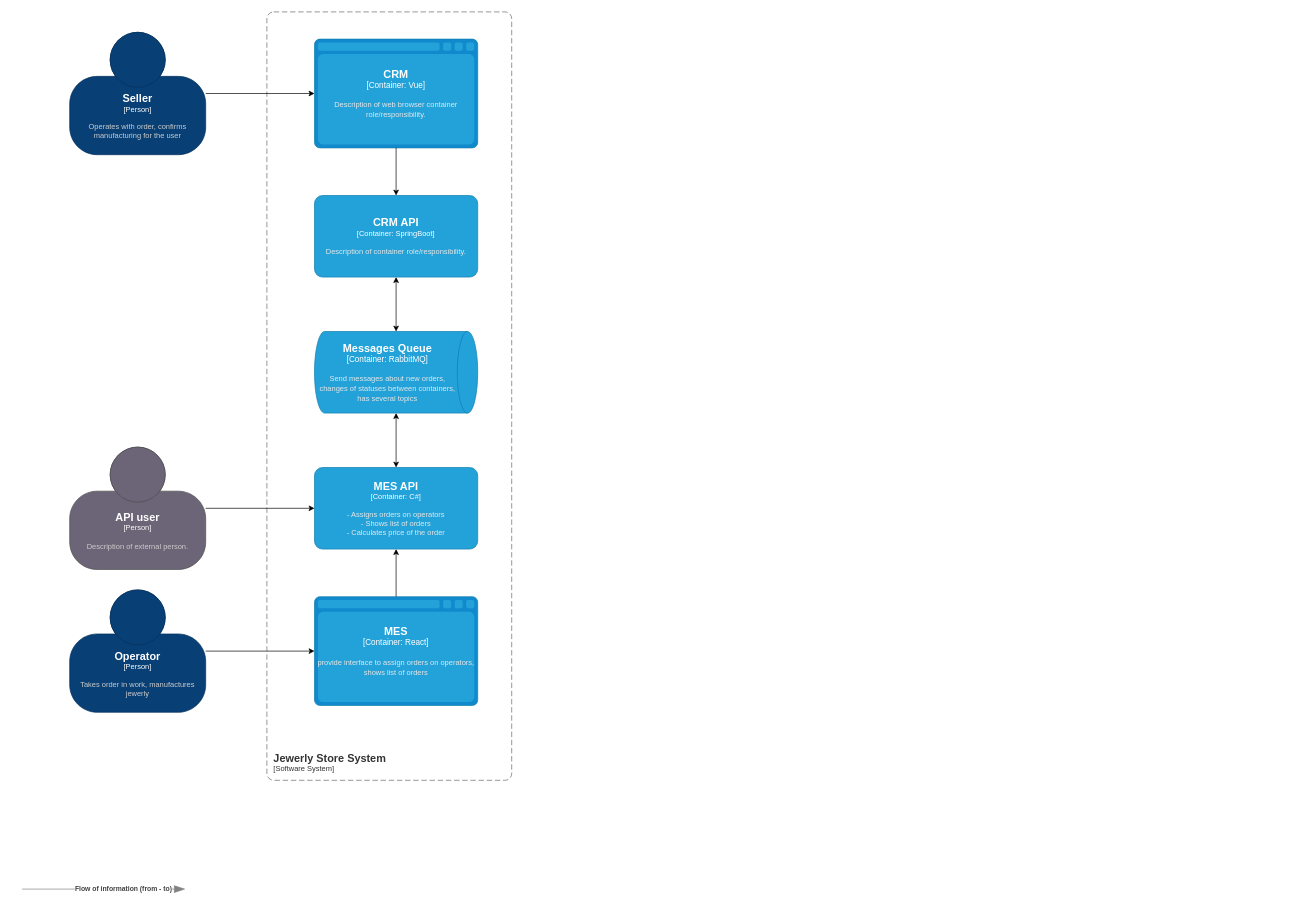
Before: page "Трейсинг" (3 of 3) of jewerly_c4_model.drawio in asbelon/architecture-sprint-4, a draw.io diagram. Source tidied: cells renumbered, new cells numbered last; positions are measured from the earlier drawing's top-left corner, leaving out a move shared by most shapes. Both pictures are drawn from the tidied source at 68%, with x=0, y=0 at pixel (22, 12).
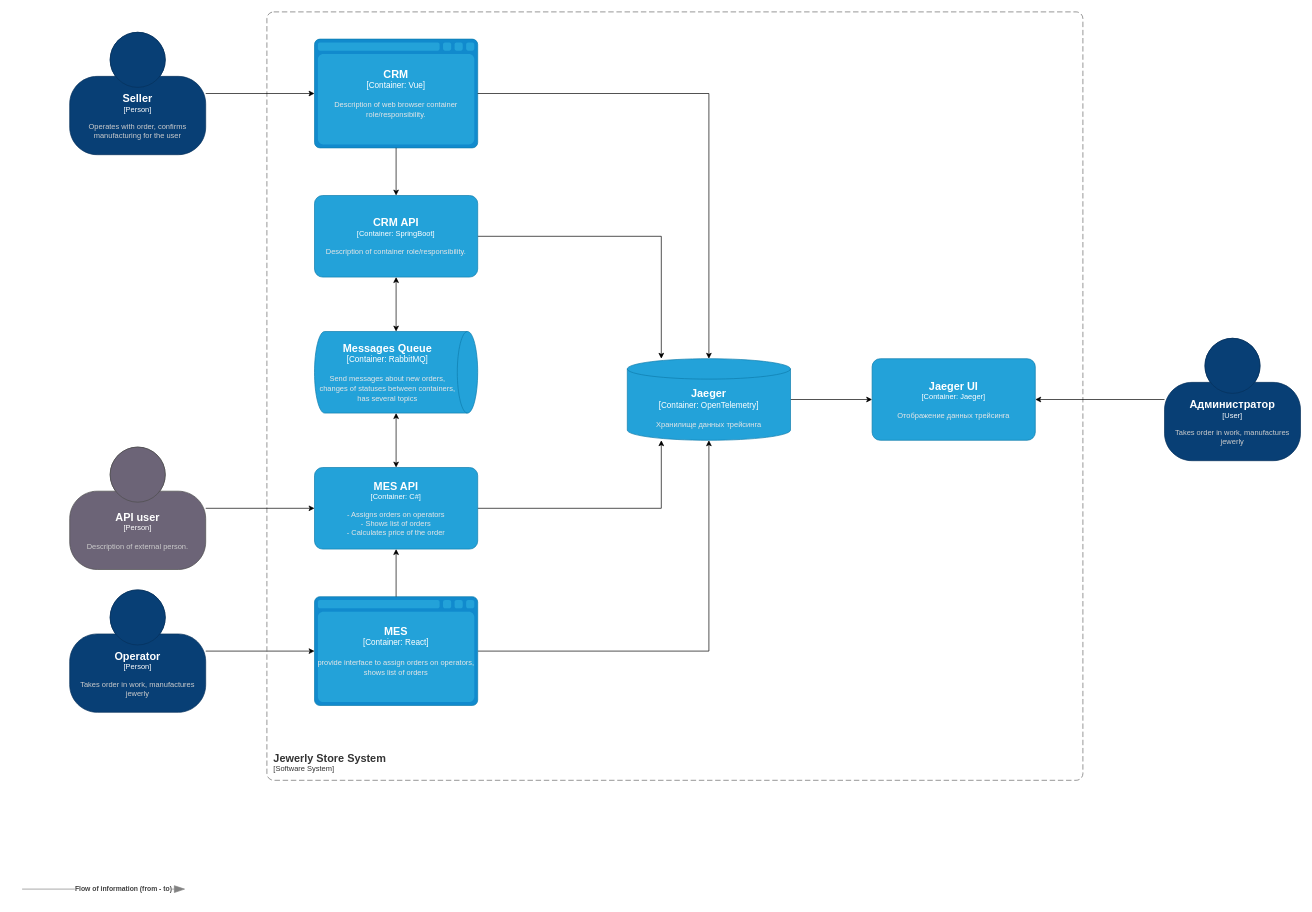
The same page after the edit.

Unchanged cells that the change refers to:
```xml
<object id="2" label="&lt;font style=&quot;font-size: 16px&quot;&gt;&lt;b&gt;%c4Name%&lt;/b&gt;&lt;/font&gt;&lt;div&gt;[%c4Type%: %c4Technology%]&lt;/div&gt;&lt;br&gt;&lt;div&gt;&lt;font style=&quot;font-size: 11px&quot;&gt;&lt;font color=&quot;#E6E6E6&quot;&gt;%c4Description%&lt;/font&gt;&lt;/div&gt;" c4Description="- Assigns orders on operators&#10;- Shows list of orders&#10;- Calculates price of the order" c4Name="MES API" c4Technology="C#" c4Type="Container" placeholders="1">
  <mxCell style="rounded=1;whiteSpace=wrap;html=1;fontSize=11;labelBackgroundColor=none;fillColor=#23A2D9;fontColor=#ffffff;align=center;arcSize=10;strokeColor=#0E7DAD;points=[[0.25,0,0],[0.5,0,0],[0.75,0,0],[1,0.25,0],[1,0.5,0],[1,0.75,0],[0.75,1,0],[0.5,1,0],[0.25,1,0],[0,0.75,0],[0,0.5,0],[0,0.25,0]];" parent="1" vertex="1">
    <mxGeometry x="430" y="670" width="240" height="120" as="geometry" />
  </mxCell>
</object>
<object id="4" label="&lt;font style=&quot;font-size: 16px&quot;&gt;&lt;b&gt;%c4Name%&lt;/b&gt;&lt;/font&gt;&lt;div&gt;[%c4Type%:&amp;nbsp;%c4Technology%]&lt;/div&gt;&lt;br&gt;&lt;div&gt;&lt;font style=&quot;font-size: 11px&quot;&gt;&lt;font color=&quot;#E6E6E6&quot;&gt;%c4Description%&lt;/font&gt;&lt;/div&gt;" c4Description="provide interface to assign orders on operators, shows list of orders" c4Name="MES" c4Technology="React" c4Type="Container" placeholders="1">
  <mxCell style="shape=mxgraph.c4.webBrowserContainer2;whiteSpace=wrap;html=1;boundedLbl=1;rounded=0;labelBackgroundColor=none;strokeColor=#118ACD;fillColor=#23A2D9;strokeColor=#118ACD;strokeColor2=#0E7DAD;fontSize=12;fontColor=#ffffff;align=center;points=[[0.5,0,0],[1,0.25,0],[1,0.5,0],[1,0.75,0],[0.5,1,0],[0,0.75,0],[0,0.5,0],[0,0.25,0]];" parent="1" vertex="1">
    <mxGeometry x="430" y="860" width="240" height="160" as="geometry" />
  </mxCell>
</object>
<object id="8" label="&lt;font style=&quot;font-size: 16px&quot;&gt;&lt;b&gt;%c4Name%&lt;/b&gt;&lt;/font&gt;&lt;div&gt;[%c4Type%:&amp;nbsp;%c4Technology%]&lt;/div&gt;&lt;br&gt;&lt;div&gt;&lt;font style=&quot;font-size: 11px&quot;&gt;&lt;font color=&quot;#E6E6E6&quot;&gt;%c4Description%&lt;/font&gt;&lt;/div&gt;" c4Description="Description of web browser container role/responsibility." c4Name="CRM" c4Technology="Vue" c4Type="Container" placeholders="1">
  <mxCell style="shape=mxgraph.c4.webBrowserContainer2;whiteSpace=wrap;html=1;boundedLbl=1;rounded=0;labelBackgroundColor=none;strokeColor=#118ACD;fillColor=#23A2D9;strokeColor=#118ACD;strokeColor2=#0E7DAD;fontSize=12;fontColor=#ffffff;align=center;points=[[0.5,0,0],[1,0.25,0],[1,0.5,0],[1,0.75,0],[0.5,1,0],[0,0.75,0],[0,0.5,0],[0,0.25,0]];" parent="1" vertex="1">
    <mxGeometry x="430" y="40" width="240" height="160" as="geometry" />
  </mxCell>
</object>
<object id="9" label="&lt;font style=&quot;font-size: 16px&quot;&gt;&lt;b&gt;%c4Name%&lt;/b&gt;&lt;/font&gt;&lt;div&gt;[%c4Type%: %c4Technology%]&lt;/div&gt;&lt;br&gt;&lt;div&gt;&lt;font style=&quot;font-size: 11px&quot;&gt;&lt;font color=&quot;#E6E6E6&quot;&gt;%c4Description%&lt;/font&gt;&lt;/div&gt;" c4Description="Description of container role/responsibility." c4Name="CRM API" c4Technology="SpringBoot" c4Type="Container" placeholders="1">
  <mxCell style="rounded=1;whiteSpace=wrap;html=1;fontSize=11;labelBackgroundColor=none;fillColor=#23A2D9;fontColor=#ffffff;align=center;arcSize=10;strokeColor=#0E7DAD;points=[[0.25,0,0],[0.5,0,0],[0.75,0,0],[1,0.25,0],[1,0.5,0],[1,0.75,0],[0.75,1,0],[0.5,1,0],[0.25,1,0],[0,0.75,0],[0,0.5,0],[0,0.25,0]];" parent="1" vertex="1">
    <mxGeometry x="430" y="270" width="240" height="120" as="geometry" />
  </mxCell>
</object>
```

The edit, as a diff of the source:
```diff
@@
+    <mxCell id="19" style="edgeStyle=orthogonalEdgeStyle;rounded=0;jettySize=auto;html=1;" parent="1" edge="1" source="2" target="23">
+      <mxGeometry relative="1" as="geometry">
+        <Array as="points">
+          <mxPoint x="940" y="730" />
+        </Array>
+      </mxGeometry>
+    </mxCell>
@@
+    <mxCell id="20" style="edgeStyle=orthogonalEdgeStyle;rounded=0;jettySize=auto;html=1;" parent="1" edge="1" source="4" target="23">
+      <mxGeometry relative="1" as="geometry" />
+    </mxCell>
@@
+    <mxCell id="21" style="edgeStyle=orthogonalEdgeStyle;rounded=0;jettySize=auto;html=1;" parent="1" edge="1" source="9" target="23">
+      <mxGeometry relative="1" as="geometry">
+        <Array as="points">
+          <mxPoint x="940" y="330" />
+        </Array>
+      </mxGeometry>
+    </mxCell>
@@
     <object id="13" label="&lt;font style=&quot;font-size: 16px&quot;&gt;&lt;b&gt;&lt;div style=&quot;text-align: left&quot;&gt;%c4Name%&lt;/div&gt;&lt;/b&gt;&lt;/font&gt;&lt;div style=&quot;text-align: left&quot;&gt;[%c4Application%]&lt;/div&gt;" c4Application="Software System" c4Name="Jewerly Store System" placeholders="1">
       <mxCell style="rounded=1;fontSize=11;whiteSpace=wrap;html=1;dashed=1;arcSize=20;fillColor=none;strokeColor=#666666;fontColor=#333333;labelBackgroundColor=none;align=left;verticalAlign=bottom;labelBorderColor=none;spacingTop=0;spacing=10;dashPattern=8 4;perimeter=rectanglePerimeter;noLabel=0;labelPadding=0;absoluteArcSize=1;" parent="1" vertex="1">
-        <mxGeometry x="360" width="360" height="1130" as="geometry" />
+        <mxGeometry x="360" width="1200" height="1130" as="geometry" />
       </mxCell>
     </object>
@@
+    <mxCell id="22" style="edgeStyle=orthogonalEdgeStyle;rounded=0;jettySize=auto;html=1;" parent="1" edge="1" source="23" target="25">
+      <mxGeometry relative="1" as="geometry" />
+    </mxCell>
+    <object id="23" label="&lt;font style=&quot;font-size: 16px&quot;&gt;&lt;b&gt;%c4Name%&lt;/b&gt;&lt;/font&gt;&lt;div&gt;[%c4Type%:&amp;nbsp;%c4Technology%]&lt;/div&gt;&lt;br&gt;&lt;div&gt;&lt;font style=&quot;font-size: 11px&quot;&gt;&lt;font color=&quot;#E6E6E6&quot;&gt;%c4Description%&lt;/font&gt;&lt;/div&gt;" c4Description="Хранилище данных трейсинга" c4Name="Jaeger" c4Technology="OpenTelemetry" c4Type="Container" placeholders="1">
+      <mxCell style="shape=cylinder3;size=15;whiteSpace=wrap;html=1;boundedLbl=1;rounded=0;labelBackgroundColor=none;fillColor=#23A2D9;fontSize=12;fontColor=#ffffff;align=center;strokeColor=#0E7DAD;points=[[0.5,0,0],[1,0.25,0],[1,0.5,0],[1,0.75,0],[0.5,1,0],[0,0.75,0],[0,0.5,0],[0,0.25,0]];" parent="1" vertex="1">
+        <mxGeometry x="890" y="510" width="240" height="120" as="geometry" />
+      </mxCell>
+    </object>
+    <mxCell id="24" style="edgeStyle=orthogonalEdgeStyle;rounded=0;jettySize=auto;html=1;" parent="1" edge="1" source="8" target="23">
+      <mxGeometry relative="1" as="geometry" />
+    </mxCell>
+    <object id="25" label="&lt;font style=&quot;font-size: 16px&quot;&gt;&lt;b&gt;%c4Name%&lt;/b&gt;&lt;/font&gt;&lt;div&gt;[%c4Type%: %c4Technology%]&lt;/div&gt;&lt;br&gt;&lt;div&gt;&lt;font style=&quot;font-size: 11px&quot;&gt;&lt;font color=&quot;#E6E6E6&quot;&gt;%c4Description%&lt;/font&gt;&lt;/div&gt;" c4Description="Отображение данных трейсинга" c4Name="Jaeger UI" c4Technology="Jaeger" c4Type="Container" placeholders="1">
+      <mxCell style="rounded=1;whiteSpace=wrap;html=1;fontSize=11;labelBackgroundColor=none;fillColor=#23A2D9;fontColor=#ffffff;align=center;arcSize=10;strokeColor=#0E7DAD;points=[[0.25,0,0],[0.5,0,0],[0.75,0,0],[1,0.25,0],[1,0.5,0],[1,0.75,0],[0.75,1,0],[0.5,1,0],[0.25,1,0],[0,0.75,0],[0,0.5,0],[0,0.25,0]];" parent="1" vertex="1">
+        <mxGeometry x="1250" y="510" width="240" height="120" as="geometry" />
+      </mxCell>
+    </object>
+    <mxCell id="26" style="edgeStyle=orthogonalEdgeStyle;rounded=0;jettySize=auto;html=1;" parent="1" edge="1" source="27" target="25">
+      <mxGeometry relative="1" as="geometry" />
+    </mxCell>
+    <object id="27" label="&lt;font style=&quot;font-size: 16px&quot;&gt;&lt;b&gt;%c4Name%&lt;/b&gt;&lt;/font&gt;&lt;div&gt;[%c4Type%]&lt;/div&gt;&lt;br&gt;&lt;div&gt;&lt;font style=&quot;font-size: 11px&quot;&gt;&lt;font color=&quot;#cccccc&quot;&gt;%c4Description%&lt;/font&gt;&lt;/div&gt;" c4Description="Takes order in work, manufactures jewerly " c4Name="Администратор" c4Type="User" placeholders="1">
+      <mxCell style="html=1;fontSize=11;dashed=0;whiteSpace=wrap;fillColor=#083F75;strokeColor=#06315C;fontColor=#ffffff;shape=mxgraph.c4.person2;align=center;points=[[0.5,0,0],[1,0.5,0],[1,0.75,0],[0.75,1,0],[0.5,1,0],[0.25,1,0],[0,0.75,0],[0,0.5,0]];" parent="1" vertex="1">
+        <mxGeometry x="1680" y="480" width="200" height="180" as="geometry" />
+      </mxCell>
+    </object>
```
